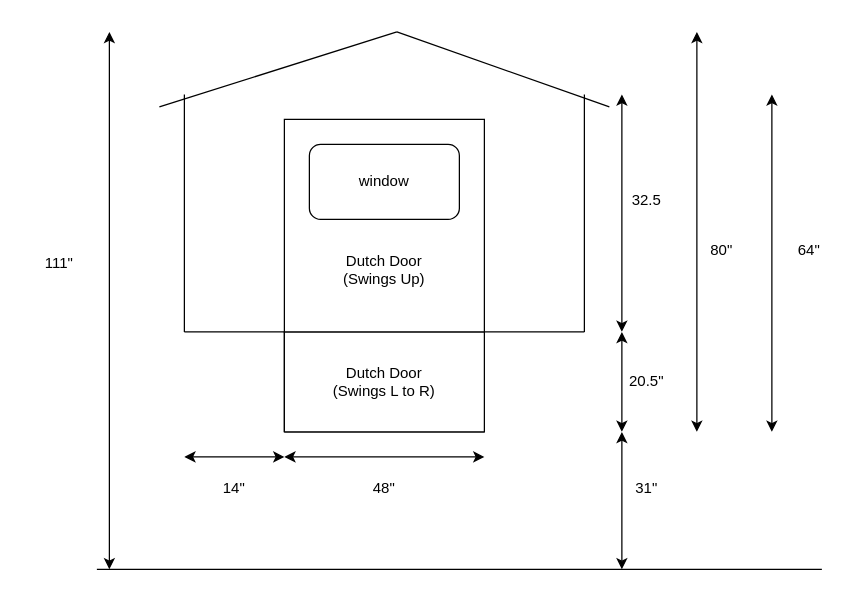
The draw.io diagram docs/9_Random_Write_Ups/Truck/back.drawio in tanner-johnson2718/configs, before the edit. Source tidied: cells renumbered, new cells numbered last; positions are measured from the earlier drawing's top-left corner, leaving out a move shared by most shapes. Both pictures are drawn from the tidied source at 125%, with x=0, y=0 at pixel (21, 31).
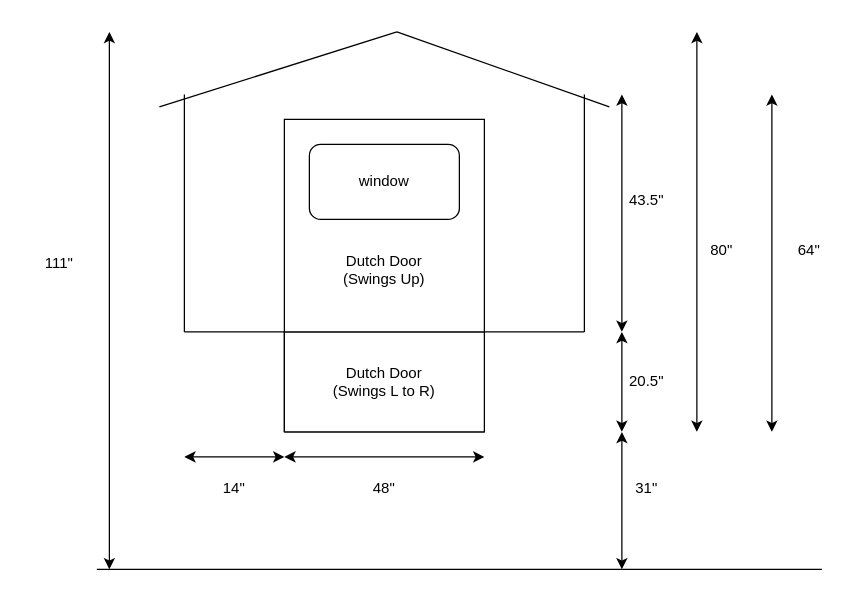
The same page after the edit.

What changed in the source:
```diff
@@
-    <mxCell id="26" value="32.5" style="text;html=1;align=center;verticalAlign=middle;whiteSpace=wrap;rounded=0;" parent="1" vertex="1">
+    <mxCell id="26" value="43.5&quot;" style="text;html=1;align=center;verticalAlign=middle;whiteSpace=wrap;rounded=0;" parent="1" vertex="1">
       <mxGeometry x="470" y="120" width="60" height="30" as="geometry" />
     </mxCell>
```
